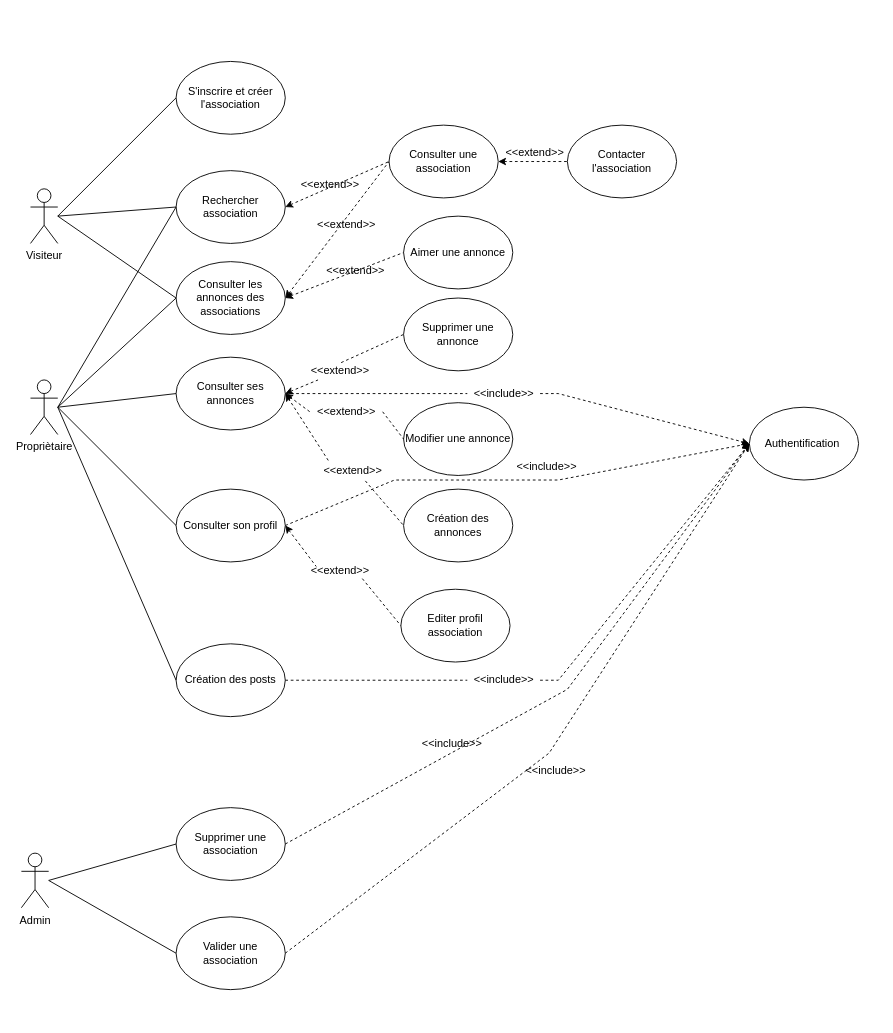
The draw.io diagram uploads/UseCase.drawio in nourelhouda-taroudi/Maroc-Benevolat-Backend, before the edit. Source tidied: cells renumbered, new cells numbered last; positions are measured from the earlier drawing's top-left corner, leaving out a move shared by most shapes. Both pictures are drawn from the tidied source at 91%, with x=0, y=0 at pixel (21, 61).
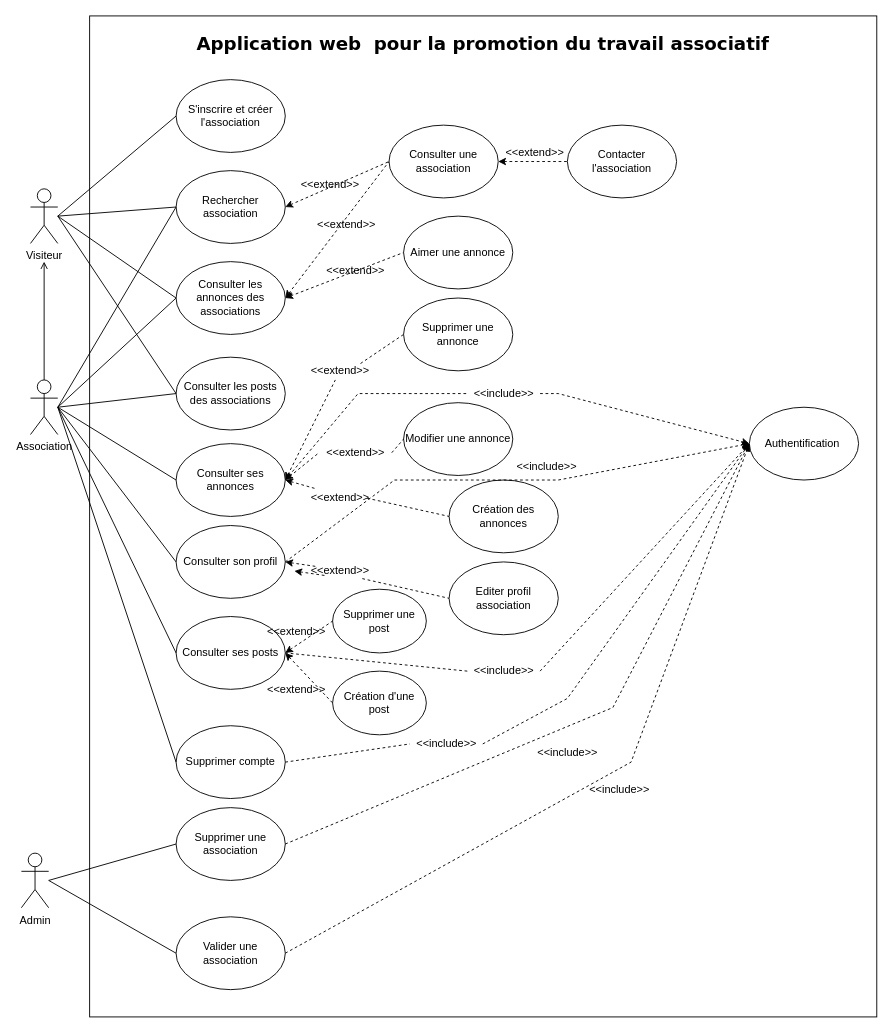
The same page after the edit.

Unchanged cells that the change refers to:
```xml
<mxCell id="2" value="Visiteur" style="shape=umlActor;verticalLabelPosition=bottom;verticalAlign=top;html=1;outlineConnect=0;" parent="1" vertex="1">
  <mxGeometry x="10" y="140" width="30" height="60" as="geometry" />
</mxCell>
<mxCell id="22" value="Supprimer une annonce" style="ellipse;whiteSpace=wrap;html=1;" parent="1" vertex="1">
  <mxGeometry x="420" y="260" width="120" height="80" as="geometry" />
</mxCell>
<mxCell id="24" value="&amp;lt;&amp;lt;extend&amp;gt;&amp;gt;" style="text;html=1;align=center;verticalAlign=middle;points=[];strokeColor=none;fillColor=none;" parent="1" vertex="1">
  <mxGeometry x="310" y="330" width="80" height="20" as="geometry" />
</mxCell>
<mxCell id="46" value="Authentification&amp;nbsp;" style="ellipse;whiteSpace=wrap;html=1;" parent="1" vertex="1">
  <mxGeometry x="800" y="380" width="120" height="80" as="geometry" />
</mxCell>
<mxCell id="53" value="&amp;lt;&amp;lt;include&amp;gt;&amp;gt;" style="text;html=1;align=center;verticalAlign=middle;points=[];strokeColor=none;fillColor=none;" parent="1" vertex="1">
  <mxGeometry x="490" y="355" width="80" height="20" as="geometry" />
</mxCell>
<mxCell id="55" value="Supprimer une association" style="ellipse;whiteSpace=wrap;html=1;" parent="1" vertex="1">
  <mxGeometry x="170" y="820" width="120" height="80" as="geometry" />
</mxCell>
<mxCell id="56" value="Valider une association" style="ellipse;whiteSpace=wrap;html=1;" parent="1" vertex="1">
  <mxGeometry x="170" y="940" width="120" height="80" as="geometry" />
</mxCell>
```

What changed in the source:
```diff
@@
+    <mxCell id="63" style="rounded=0;whiteSpace=wrap;html=1;fontFamily=Helvetica;fontSize=12;fontColor=default;strokeColor=default;fillColor=default;" parent="1" vertex="1">
+      <mxGeometry x="75" y="-50" width="865" height="1100" as="geometry" />
+    </mxCell>
@@
+    <mxCell id="64" style="edgeStyle=orthogonalEdgeStyle;rounded=0;jettySize=auto;html=1;entryX=0.5;entryY=1.333;entryDx=0;entryDy=0;entryPerimeter=0;startArrow=none;startFill=0;endArrow=open;endFill=0;" parent="1" edge="1" source="3" target="2">
+      <mxGeometry relative="1" as="geometry" />
+    </mxCell>
-    <mxCell id="3" value="Propriètaire" style="shape=umlActor;verticalLabelPosition=bottom;verticalAlign=top;html=1;outlineConnect=0;" parent="1" vertex="1">
+    <mxCell id="3" value="Association" style="shape=umlActor;verticalLabelPosition=bottom;verticalAlign=top;html=1;outlineConnect=0;" parent="1" vertex="1">
       <mxGeometry x="10" y="350" width="30" height="60" as="geometry" />
     </mxCell>
@@
     <mxCell id="5" value="S'inscrire et créer l'association" style="ellipse;whiteSpace=wrap;html=1;" parent="1" vertex="1">
-      <mxGeometry x="170" width="120" height="80" as="geometry" />
+      <mxGeometry x="170" y="20" width="120" height="80" as="geometry" />
     </mxCell>
@@
     <mxCell id="7" value="Consulter ses annonces" style="ellipse;whiteSpace=wrap;html=1;" parent="1" vertex="1">
-      <mxGeometry x="170" y="325" width="120" height="80" as="geometry" />
+      <mxGeometry x="170" y="420" width="120" height="80" as="geometry" />
     </mxCell>
     <mxCell id="8" value="Consulter son profil" style="ellipse;whiteSpace=wrap;html=1;" parent="1" vertex="1">
-      <mxGeometry x="170" y="470" width="120" height="80" as="geometry" />
+      <mxGeometry x="170" y="510" width="120" height="80" as="geometry" />
     </mxCell>
@@
     <mxCell id="16" value="&lt;div&gt;Editer profil association&lt;/div&gt;" style="ellipse;whiteSpace=wrap;html=1;" parent="1" vertex="1">
-      <mxGeometry x="417" y="580" width="120" height="80" as="geometry" />
+      <mxGeometry x="470" y="550" width="120" height="80" as="geometry" />
     </mxCell>
@@
     <mxCell id="18" value="Création des annonces" style="ellipse;whiteSpace=wrap;html=1;" parent="1" vertex="1">
-      <mxGeometry x="420" y="470" width="120" height="80" as="geometry" />
+      <mxGeometry x="470" y="460" width="120" height="80" as="geometry" />
     </mxCell>
-    <mxCell id="19" style="endArrow=none;dashed=1;html=1;rounded=0;entryX=0;entryY=0.5;entryDx=0;entryDy=0;exitX=0.675;exitY=1.05;exitDx=0;exitDy=0;startArrow=none;startFill=1;exitPerimeter=0;" parent="1" edge="1" source="28" target="18">
-      <mxGeometry relative="1" as="geometry" />
+    <mxCell id="19" style="endArrow=none;dashed=1;html=1;rounded=0;entryX=0;entryY=0.5;entryDx=0;entryDy=0;startArrow=none;startFill=1;" parent="1" edge="1" target="18">
+      <mxGeometry relative="1" as="geometry">
+        <mxPoint x="380" y="480" as="sourcePoint" />
+      </mxGeometry>
     </mxCell>
@@
-    <mxCell id="23" style="endArrow=none;dashed=1;html=1;rounded=0;entryX=0;entryY=0.5;entryDx=0;entryDy=0;exitX=0.517;exitY=0.05;exitDx=0;exitDy=0;startArrow=none;startFill=1;exitPerimeter=0;" parent="1" edge="1" source="24" target="22">
+    <mxCell id="23" style="endArrow=none;dashed=1;html=1;rounded=0;entryX=0;entryY=0.5;entryDx=0;entryDy=0;exitX=0.783;exitY=0.1;exitDx=0;exitDy=0;startArrow=none;startFill=1;exitPerimeter=0;" parent="1" edge="1" source="24" target="22">
       <mxGeometry relative="1" as="geometry" />
     </mxCell>
@@
     <mxCell id="26" value="&amp;lt;&amp;lt;extend&amp;gt;&amp;gt;" style="text;html=1;align=center;verticalAlign=middle;points=[];strokeColor=none;fillColor=none;" parent="1" vertex="1">
-      <mxGeometry x="317" y="375" width="80" height="20" as="geometry" />
+      <mxGeometry x="327" y="420" width="80" height="20" as="geometry" />
     </mxCell>
@@
     <mxCell id="28" value="&amp;lt;&amp;lt;extend&amp;gt;&amp;gt;" style="text;html=1;align=center;verticalAlign=middle;points=[];strokeColor=none;fillColor=none;" parent="1" vertex="1">
-      <mxGeometry x="324" y="440" width="80" height="20" as="geometry" />
+      <mxGeometry x="310" y="470" width="80" height="20" as="geometry" />
     </mxCell>
@@
-    <mxCell id="44" value="Création des posts" style="ellipse;whiteSpace=wrap;html=1;" parent="1" vertex="1">
-      <mxGeometry x="170" y="640" width="120" height="80" as="geometry" />
+    <mxCell id="44" value="Consulter ses posts" style="ellipse;whiteSpace=wrap;html=1;" parent="1" vertex="1">
+      <mxGeometry x="170" y="610" width="120" height="80" as="geometry" />
     </mxCell>
@@
     <mxCell id="50" style="endArrow=classic;dashed=1;html=1;rounded=0;entryX=0;entryY=0.5;entryDx=0;entryDy=0;exitX=1;exitY=0.5;exitDx=0;exitDy=0;endFill=1;startArrow=none;" parent="1" edge="1" source="51" target="46">
-      <mxGeometry relative="1" as="geometry">
-        <Array as="points">
-          <mxPoint x="590" y="680" />
-        </Array>
-      </mxGeometry>
+      <mxGeometry relative="1" as="geometry" />
     </mxCell>
     <mxCell id="51" value="&amp;lt;&amp;lt;include&amp;gt;&amp;gt;" style="text;html=1;align=center;verticalAlign=middle;points=[];strokeColor=none;fillColor=none;" parent="1" vertex="1">
-      <mxGeometry x="490" y="670" width="80" height="20" as="geometry" />
+      <mxGeometry x="490" y="660" width="80" height="20" as="geometry" />
     </mxCell>
@@
     <mxCell id="54" style="endArrow=none;dashed=1;html=1;rounded=0;entryX=0;entryY=0.5;entryDx=0;entryDy=0;exitX=1;exitY=0.5;exitDx=0;exitDy=0;endFill=1;" parent="1" edge="1" source="7" target="53">
-      <mxGeometry relative="1" as="geometry" />
+      <mxGeometry relative="1" as="geometry">
+        <Array as="points">
+          <mxPoint x="370" y="365" />
+        </Array>
+      </mxGeometry>
     </mxCell>
@@
     <mxCell id="59" style="endArrow=classic;dashed=1;html=1;rounded=0;entryX=0;entryY=0.5;entryDx=0;entryDy=0;exitX=1;exitY=0.5;exitDx=0;exitDy=0;endFill=1;startArrow=none;" parent="1" edge="1" source="55" target="46">
       <mxGeometry relative="1" as="geometry">
         <Array as="points">
-          <mxPoint x="600" y="690" />
+          <mxPoint x="650" y="710" />
         </Array>
       </mxGeometry>
     </mxCell>
     <mxCell id="60" style="endArrow=classic;dashed=1;html=1;rounded=0;exitX=1;exitY=0.5;exitDx=0;exitDy=0;endFill=1;startArrow=none;entryX=0;entryY=0.5;entryDx=0;entryDy=0;" parent="1" edge="1" source="56" target="46">
       <mxGeometry relative="1" as="geometry">
         <Array as="points">
-          <mxPoint x="580" y="760" />
+          <mxPoint x="670" y="770" />
         </Array>
       </mxGeometry>
     </mxCell>
+    <mxCell id="62" value="&amp;lt;&amp;lt;include&amp;gt;&amp;gt;" style="text;html=1;align=center;verticalAlign=middle;strokeColor=none;fillColor=none;" parent="1" vertex="1">
+      <mxGeometry x="617" y="790" width="80" height="20" as="geometry" />
+    </mxCell>
+    <mxCell id="65" value="Consulter les posts des associations" style="ellipse;whiteSpace=wrap;html=1;" parent="1" vertex="1">
+      <mxGeometry x="170" y="325" width="120" height="80" as="geometry" />
+    </mxCell>
+    <mxCell id="66" style="endArrow=none;html=1;rounded=0;entryX=0;entryY=0.5;entryDx=0;entryDy=0;" parent="1" edge="1" target="65">
+      <mxGeometry relative="1" as="geometry">
+        <mxPoint x="40" y="380" as="sourcePoint" />
+      </mxGeometry>
+    </mxCell>
+    <mxCell id="67" style="endArrow=none;html=1;rounded=0;entryX=0;entryY=0.5;entryDx=0;entryDy=0;" parent="1" edge="1" target="65">
+      <mxGeometry relative="1" as="geometry">
+        <mxPoint x="40" y="170" as="sourcePoint" />
+      </mxGeometry>
+    </mxCell>
+    <mxCell id="68" value="Supprimer compte" style="ellipse;whiteSpace=wrap;html=1;" parent="1" vertex="1">
+      <mxGeometry x="170" y="730" width="120" height="80" as="geometry" />
+    </mxCell>
+    <mxCell id="69" style="endArrow=none;html=1;rounded=0;entryX=0;entryY=0.5;entryDx=0;entryDy=0;" parent="1" edge="1" target="68">
+      <mxGeometry relative="1" as="geometry">
+        <mxPoint x="40" y="380" as="sourcePoint" />
+      </mxGeometry>
+    </mxCell>
+    <mxCell id="70" style="endArrow=classic;dashed=1;html=1;rounded=0;exitX=1;exitY=0.5;exitDx=0;exitDy=0;endFill=1;startArrow=none;entryX=0;entryY=0.5;entryDx=0;entryDy=0;" parent="1" edge="1" source="61" target="46">
+      <mxGeometry relative="1" as="geometry">
+        <Array as="points">
+          <mxPoint x="600" y="700" />
+        </Array>
+      </mxGeometry>
+    </mxCell>
+    <mxCell id="71" value="&amp;lt;&amp;lt;include&amp;gt;&amp;gt;" style="text;html=1;align=center;verticalAlign=middle;strokeColor=none;fillColor=none;" parent="1" vertex="1">
+      <mxGeometry x="560" y="750" width="80" height="20" as="geometry" />
+    </mxCell>
     <mxCell id="61" value="&amp;lt;&amp;lt;include&amp;gt;&amp;gt;" style="text;html=1;align=center;verticalAlign=middle;points=[];strokeColor=none;fillColor=none;" parent="1" vertex="1">
-      <mxGeometry x="433" y="740" width="80" height="20" as="geometry" />
+      <mxGeometry x="427" y="740" width="80" height="20" as="geometry" />
     </mxCell>
-    <mxCell id="62" value="&amp;lt;&amp;lt;include&amp;gt;&amp;gt;" style="text;html=1;align=center;verticalAlign=middle;strokeColor=none;fillColor=none;" parent="1" vertex="1">
-      <mxGeometry x="547" y="770" width="80" height="20" as="geometry" />
-    </mxCell>
+    <mxCell id="72" style="endArrow=none;dashed=1;html=1;rounded=0;exitX=1;exitY=0.5;exitDx=0;exitDy=0;endFill=1;startArrow=none;entryX=0;entryY=0.5;entryDx=0;entryDy=0;" parent="1" edge="1" source="68" target="61">
+      <mxGeometry relative="1" as="geometry" />
+    </mxCell>
+    <mxCell id="73" value="Création d'une post" style="ellipse;whiteSpace=wrap;html=1;" parent="1" vertex="1">
+      <mxGeometry x="342" y="670" width="103" height="70" as="geometry" />
+    </mxCell>
+    <mxCell id="74" style="endArrow=none;dashed=1;html=1;rounded=0;entryX=0.175;entryY=0.25;entryDx=0;entryDy=0;exitX=1;exitY=0.5;exitDx=0;exitDy=0;startArrow=classic;startFill=1;entryPerimeter=0;" parent="1" edge="1">
+      <mxGeometry relative="1" as="geometry">
+        <mxPoint x="300" y="560" as="sourcePoint" />
+        <mxPoint x="334" y="565" as="targetPoint" />
+      </mxGeometry>
+    </mxCell>
+    <mxCell id="75" style="endArrow=none;dashed=1;html=1;rounded=0;entryX=0;entryY=0.5;entryDx=0;entryDy=0;exitX=1;exitY=0.5;exitDx=0;exitDy=0;startArrow=classic;startFill=1;" parent="1" edge="1" source="44" target="73">
+      <mxGeometry relative="1" as="geometry" />
+    </mxCell>
+    <mxCell id="76" value="&amp;lt;&amp;lt;extend&amp;gt;&amp;gt;" style="text;html=1;align=center;verticalAlign=middle;strokeColor=none;fillColor=none;" parent="1" vertex="1">
+      <mxGeometry x="262" y="680" width="80" height="20" as="geometry" />
+    </mxCell>
+    <mxCell id="77" value="Supprimer une post" style="ellipse;whiteSpace=wrap;html=1;" parent="1" vertex="1">
+      <mxGeometry x="342" y="580" width="103" height="70" as="geometry" />
+    </mxCell>
+    <mxCell id="78" style="endArrow=none;dashed=1;html=1;rounded=0;entryX=0;entryY=0.5;entryDx=0;entryDy=0;exitX=1;exitY=0.5;exitDx=0;exitDy=0;startArrow=classic;startFill=1;" parent="1" edge="1" source="44" target="77">
+      <mxGeometry relative="1" as="geometry" />
+    </mxCell>
+    <mxCell id="79" value="&amp;lt;&amp;lt;extend&amp;gt;&amp;gt;" style="text;html=1;align=center;verticalAlign=middle;strokeColor=none;fillColor=none;" parent="1" vertex="1">
+      <mxGeometry x="262" y="617" width="80" height="20" as="geometry" />
+    </mxCell>
+    <mxCell id="80" value="&lt;span style=&quot;box-sizing: content-box; -webkit-font-smoothing: antialiased; font-weight: bolder; font-size: 20px;&quot;&gt;&lt;font face=&quot;Verdana&quot;&gt;Application web&amp;nbsp; pour la promotion du travail associatif&lt;/font&gt;&lt;/span&gt;" style="text;html=1;align=center;verticalAlign=middle;strokeColor=none;fillColor=none;fontSize=12;fontFamily=Helvetica;fontColor=default;" parent="1" vertex="1">
+      <mxGeometry x="187" y="-30" width="640" height="20" as="geometry" />
+    </mxCell>
```
